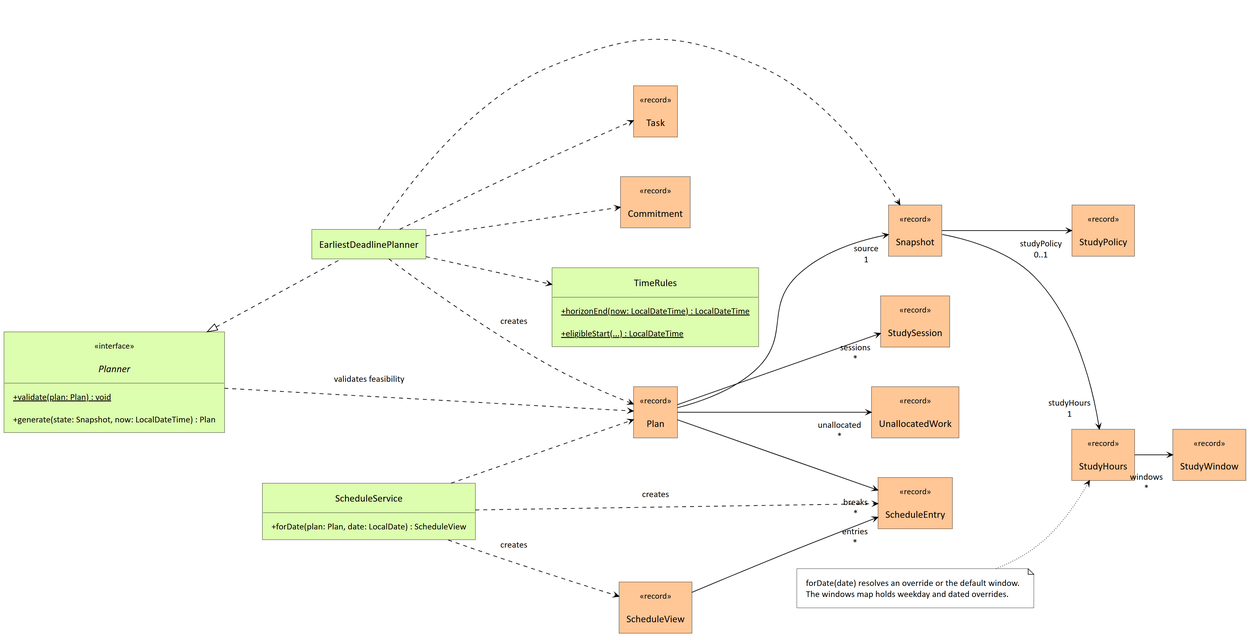
AY2627S1-CS2113-T10-1/tp keeps this PlantUML diagram as docs/images/gabriel-planning-classes.png. Above is the earlier version. Its source is kept beside it as docs/diagrams/gabriel-planning-classes.puml.
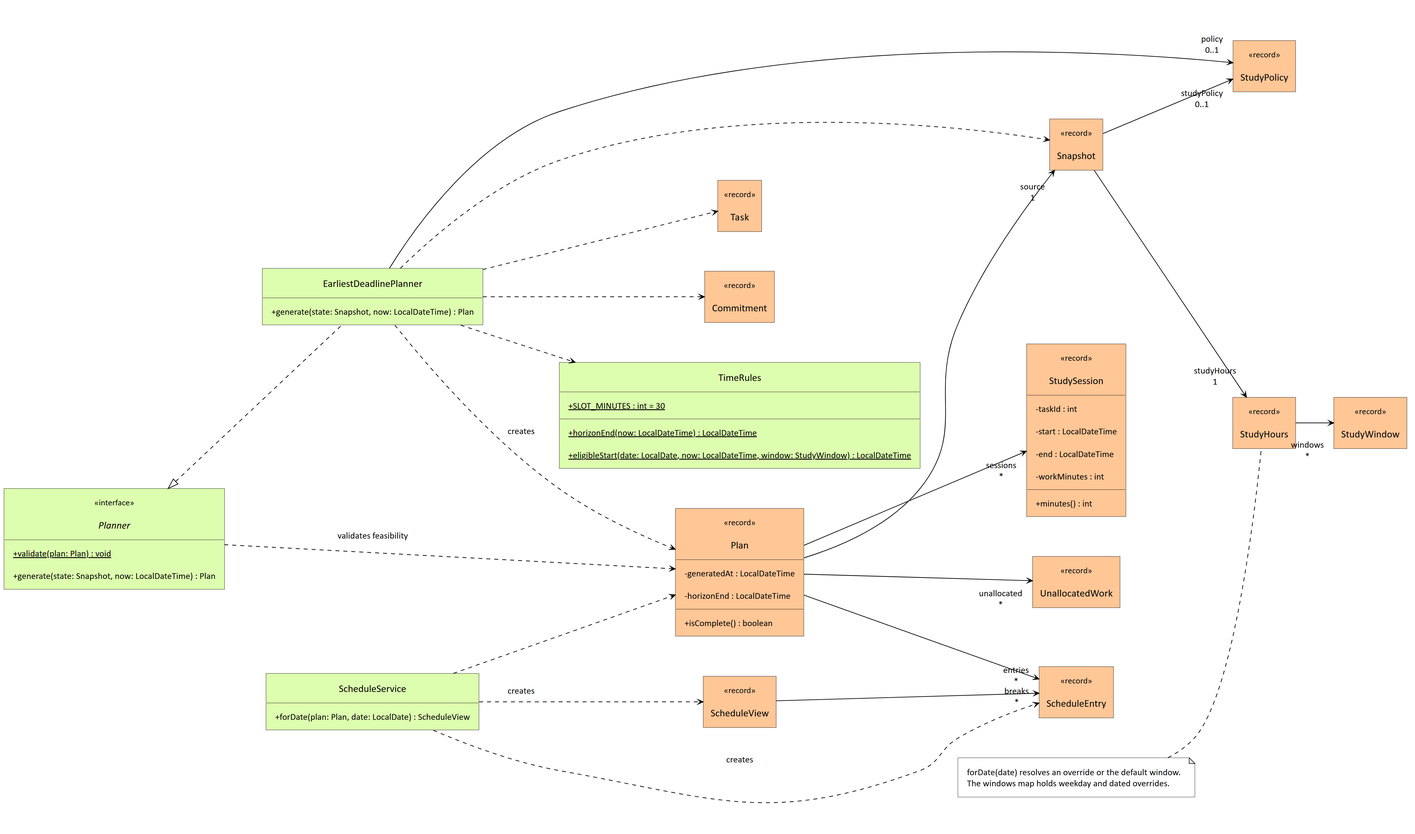
The same file after the commit.

Commit message:
Align planning UML with the course reference sheet

Diff of the diagram source:
```diff
@@ -7,16 +7,29 @@
     {static} + validate(plan: Plan) : void
     + generate(state: Snapshot, now: LocalDateTime) : Plan
 }
-class EarliestDeadlinePlanner DOMAIN
+class EarliestDeadlinePlanner DOMAIN {
+    + generate(state: Snapshot, now: LocalDateTime) : Plan
+}
 class ScheduleService DOMAIN {
     + forDate(plan: Plan, date: LocalDate) : ScheduleView
 }
 class TimeRules DOMAIN {
+    {static} + SLOT_MINUTES : int = 30
     {static} + horizonEnd(now: LocalDateTime) : LocalDateTime
-    {static} + eligibleStart(...) : LocalDateTime
+    {static} + eligibleStart(date: LocalDate, now: LocalDateTime, window: StudyWindow) : LocalDateTime
 }
-class Plan <<record>> VALUES
-class StudySession <<record>> VALUES
+class Plan <<record>> VALUES {
+    - generatedAt : LocalDateTime
+    - horizonEnd : LocalDateTime
+    + isComplete() : boolean
+}
+class StudySession <<record>> VALUES {
+    - taskId : int
+    - start : LocalDateTime
+    - end : LocalDateTime
+    - workMinutes : int
+    + minutes() : int
+}
 class UnallocatedWork <<record>> VALUES
 class ScheduleEntry <<record>> VALUES
 class ScheduleView <<record>> VALUES
@@ -33,6 +46,7 @@
 EarliestDeadlinePlanner ..> Task
 EarliestDeadlinePlanner ..> Commitment
 EarliestDeadlinePlanner ..> Plan : creates
+EarliestDeadlinePlanner --> "policy\n0..1" StudyPolicy
 Planner ..> Plan : validates feasibility
 Plan --> "source\n1" Snapshot
 Plan --> "sessions\n*" StudySession
@@ -50,5 +64,5 @@
   forDate(date) resolves an override or the default window.
   The windows map holds weekday and dated overrides.
 end note
-StudyHoursNote -[dotted]-> StudyHours
+StudyHoursNote .. StudyHours
 @enduml
```
